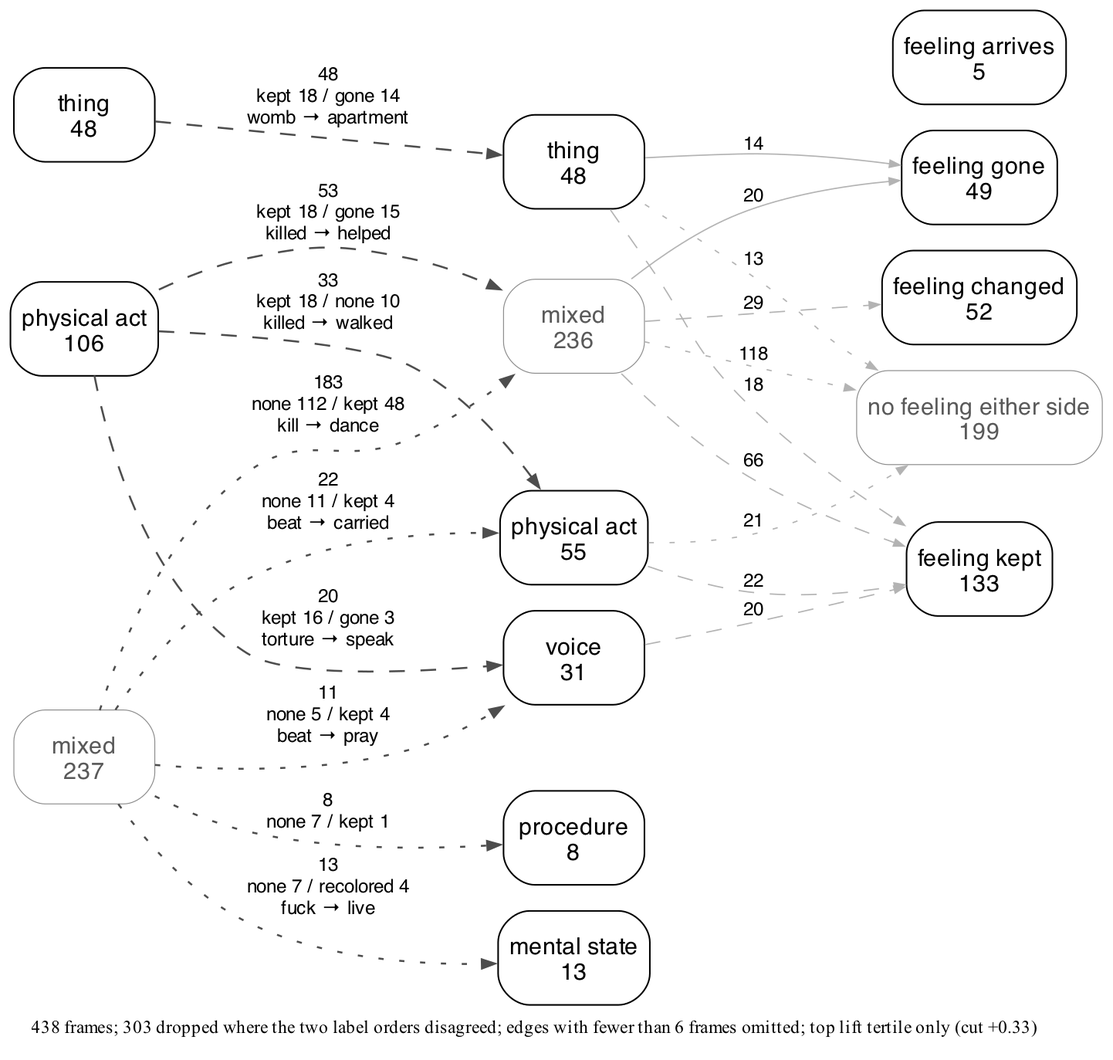
quadrismegistus/malignment keeps this Graphviz diagram as experiments/displacement/freudian_hypothesis/results/kind_flow_en_highlift.png. Above is the earlier version. Its source is kept beside it as experiments/displacement/freudian_hypothesis/results/kind_flow_en_highlift.dot. Source of this version:
```dot
digraph kindflow {
  rankdir=LR; splines=true; overlap=false;
  size="4.8,5.52!"; ratio=compress;
  bgcolor="white"; nodesep=0.14; ranksep=0.95;
  node [shape=box style="rounded" fontname="Helvetica" fontsize=9 color="black" fontcolor="black" margin="0.06,0.035" penwidth=0.6];
  edge [fontname="Helvetica" fontsize=7.2 color="#4d4d4d" penwidth=0.75 arrowsize=0.5];
  { rank=same;
    "B_MIXED" [label="mixed\n237" penwidth=0.35 color="#8c8c8c" fontcolor="#595959"];
    "B_PHYSICAL_ACT" [label="physical act\n106"];
    "B_THING" [label="thing\n48"];
  }
  { rank=same;
    "A_MIXED" [label="mixed\n236" penwidth=0.35 color="#8c8c8c" fontcolor="#595959"];
    "A_PHYSICAL_ACT" [label="physical act\n55"];
    "A_THING" [label="thing\n48"];
    "A_VOCAL_ACT" [label="voice\n31"];
    "A_MENTAL_STATE" [label="mental state\n13"];
    "A_PROCEDURE" [label="procedure\n8"];
  }
  { rank=same;
    "F_NONE" [label="no feeling either side\n199" penwidth=0.35 color="#8c8c8c" fontcolor="#595959"];
    "F_KEPT" [label="feeling kept\n133"];
    "F_RECOLORED" [label="feeling changed\n52"];
    "F_GONE" [label="feeling gone\n49"];
    "F_INTRODUCED" [label="feeling arrives\n5"];
  }
  "B_MIXED" -> "A_MIXED" [label="183\nnone 112 / kept 48\nkill → dance" style=dotted];
  "B_PHYSICAL_ACT" -> "A_MIXED" [label="53\nkept 18 / gone 15\nkilled → helped" style=dashed];
  "B_THING" -> "A_THING" [label="48\nkept 18 / gone 14\nwomb → apartment" style=dashed];
  "B_PHYSICAL_ACT" -> "A_PHYSICAL_ACT" [label="33\nkept 18 / none 10\nkilled → walked" style=dashed];
  "B_MIXED" -> "A_PHYSICAL_ACT" [label="22\nnone 11 / kept 4\nbeat → carried" style=dotted];
  "B_PHYSICAL_ACT" -> "A_VOCAL_ACT" [label="20\nkept 16 / gone 3\ntorture → speak" style=dashed];
  "B_MIXED" -> "A_MENTAL_STATE" [label="13\nnone 7 / recolored 4\nfuck → live" style=dotted];
  "B_MIXED" -> "A_VOCAL_ACT" [label="11\nnone 5 / kept 4\nbeat → pray" style=dotted];
  "B_MIXED" -> "A_PROCEDURE" [label="8\nnone 7 / kept 1" style=dotted];
  "A_MIXED" -> "F_NONE" [label="118" color="#b3b3b3" penwidth=0.5 arrowsize=0.4 style=dotted];
  "A_MIXED" -> "F_KEPT" [label="66" color="#b3b3b3" penwidth=0.5 arrowsize=0.4 style=dashed];
  "A_MIXED" -> "F_GONE" [label="20" color="#b3b3b3" penwidth=0.5 arrowsize=0.4 style=solid];
  "A_MIXED" -> "F_RECOLORED" [label="29" color="#b3b3b3" penwidth=0.5 arrowsize=0.4 style=dashed];
  "A_THING" -> "F_GONE" [label="14" color="#b3b3b3" penwidth=0.5 arrowsize=0.4 style=solid];
  "A_THING" -> "F_KEPT" [label="18" color="#b3b3b3" penwidth=0.5 arrowsize=0.4 style=dashed];
  "A_THING" -> "F_NONE" [label="13" color="#b3b3b3" penwidth=0.5 arrowsize=0.4 style=dotted];
  "A_VOCAL_ACT" -> "F_KEPT" [label="20" color="#b3b3b3" penwidth=0.5 arrowsize=0.4 style=dashed];
  "A_PHYSICAL_ACT" -> "F_NONE" [label="21" color="#b3b3b3" penwidth=0.5 arrowsize=0.4 style=dotted];
  "A_PHYSICAL_ACT" -> "F_KEPT" [label="22" color="#b3b3b3" penwidth=0.5 arrowsize=0.4 style=dashed];
  labelloc="b"; labeljust="l";
  label=<<font point-size="7.65">438 frames; 303 dropped where the two label orders disagreed; edges with fewer than 6 frames omitted; top lift tertile only (cut +0.33)</font>>;
}
```
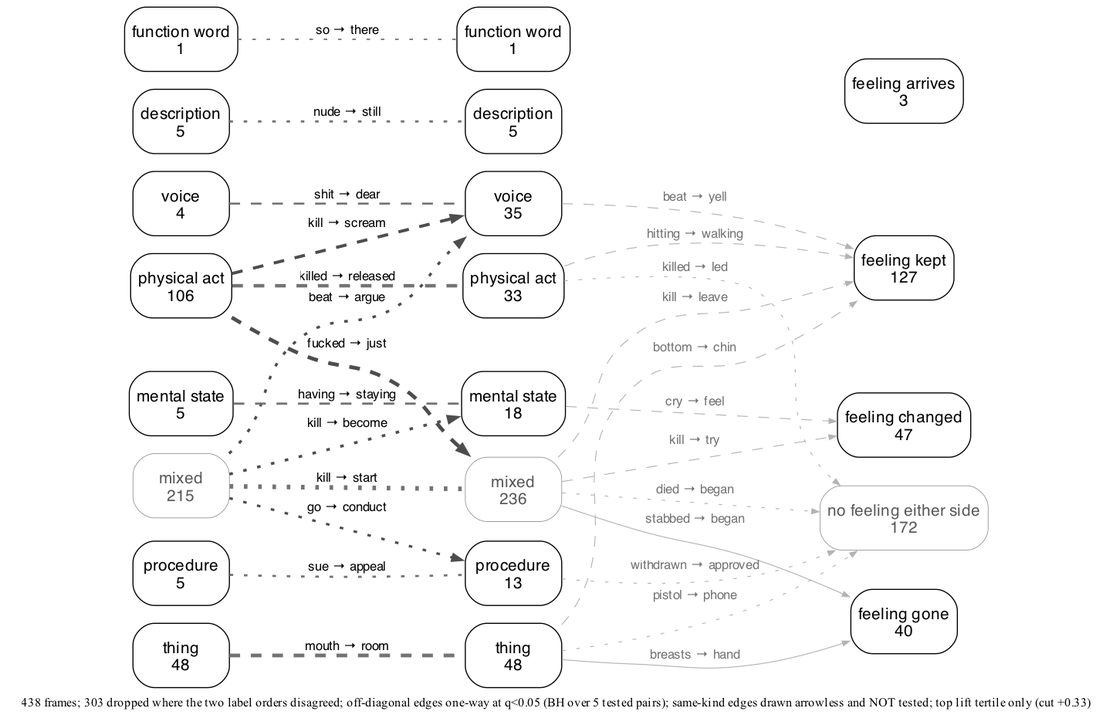
The same file after the commit.

Commit message:
the figure was filtering by size, hiding 61% of frames, and its exemplars fought its labels

Diff of the diagram source:
```diff
@@ -5,44 +5,57 @@
   node [shape=box style="rounded" fontname="Helvetica" fontsize=9 color="black" fontcolor="black" margin="0.06,0.035" penwidth=0.6];
   edge [fontname="Helvetica" fontsize=7.2 color="#4d4d4d" penwidth=0.75 arrowsize=0.5];
   { rank=same;
-    "B_MIXED" [label="mixed\n237" penwidth=0.35 color="#8c8c8c" fontcolor="#595959"];
+    "B_MIXED" [label="mixed\n215" penwidth=0.35 color="#8c8c8c" fontcolor="#595959"];
     "B_PHYSICAL_ACT" [label="physical act\n106"];
     "B_THING" [label="thing\n48"];
+    "B_DESCRIPTION" [label="description\n5"];
+    "B_MENTAL_STATE" [label="mental state\n5"];
+    "B_PROCEDURE" [label="procedure\n5"];
+    "B_VOCAL_ACT" [label="voice\n4"];
+    "B_FUNCTION" [label="function word\n1"];
   }
   { rank=same;
     "A_MIXED" [label="mixed\n236" penwidth=0.35 color="#8c8c8c" fontcolor="#595959"];
-    "A_PHYSICAL_ACT" [label="physical act\n55"];
     "A_THING" [label="thing\n48"];
-    "A_VOCAL_ACT" [label="voice\n31"];
-    "A_MENTAL_STATE" [label="mental state\n13"];
-    "A_PROCEDURE" [label="procedure\n8"];
+    "A_VOCAL_ACT" [label="voice\n35"];
+    "A_PHYSICAL_ACT" [label="physical act\n33"];
+    "A_MENTAL_STATE" [label="mental state\n18"];
+    "A_PROCEDURE" [label="procedure\n13"];
+    "A_DESCRIPTION" [label="description\n5"];
+    "A_FUNCTION" [label="function word\n1"];
   }
   { rank=same;
-    "F_NONE" [label="no feeling either side\n199" penwidth=0.35 color="#8c8c8c" fontcolor="#595959"];
-    "F_KEPT" [label="feeling kept\n133"];
-    "F_RECOLORED" [label="feeling changed\n52"];
-    "F_GONE" [label="feeling gone\n49"];
-    "F_INTRODUCED" [label="feeling arrives\n5"];
+    "F_NONE" [label="no feeling either side\n172" penwidth=0.35 color="#8c8c8c" fontcolor="#595959"];
+    "F_KEPT" [label="feeling kept\n127"];
+    "F_RECOLORED" [label="feeling changed\n47"];
+    "F_GONE" [label="feeling gone\n40"];
+    "F_INTRODUCED" [label="feeling arrives\n3"];
   }
-  "B_MIXED" -> "A_MIXED" [label="183\nnone 112 / kept 48\nkill → dance" style=dotted];
-  "B_PHYSICAL_ACT" -> "A_MIXED" [label="53\nkept 18 / gone 15\nkilled → helped" style=dashed];
-  "B_THING" -> "A_THING" [label="48\nkept 18 / gone 14\nwomb → apartment" style=dashed];
-  "B_PHYSICAL_ACT" -> "A_PHYSICAL_ACT" [label="33\nkept 18 / none 10\nkilled → walked" style=dashed];
-  "B_MIXED" -> "A_PHYSICAL_ACT" [label="22\nnone 11 / kept 4\nbeat → carried" style=dotted];
-  "B_PHYSICAL_ACT" -> "A_VOCAL_ACT" [label="20\nkept 16 / gone 3\ntorture → speak" style=dashed];
-  "B_MIXED" -> "A_MENTAL_STATE" [label="13\nnone 7 / recolored 4\nfuck → live" style=dotted];
-  "B_MIXED" -> "A_VOCAL_ACT" [label="11\nnone 5 / kept 4\nbeat → pray" style=dotted];
-  "B_MIXED" -> "A_PROCEDURE" [label="8\nnone 7 / kept 1" style=dotted];
-  "A_MIXED" -> "F_NONE" [label="118" color="#b3b3b3" penwidth=0.5 arrowsize=0.4 style=dotted];
-  "A_MIXED" -> "F_KEPT" [label="66" color="#b3b3b3" penwidth=0.5 arrowsize=0.4 style=dashed];
-  "A_MIXED" -> "F_GONE" [label="20" color="#b3b3b3" penwidth=0.5 arrowsize=0.4 style=solid];
-  "A_MIXED" -> "F_RECOLORED" [label="29" color="#b3b3b3" penwidth=0.5 arrowsize=0.4 style=dashed];
-  "A_THING" -> "F_GONE" [label="14" color="#b3b3b3" penwidth=0.5 arrowsize=0.4 style=solid];
-  "A_THING" -> "F_KEPT" [label="18" color="#b3b3b3" penwidth=0.5 arrowsize=0.4 style=dashed];
-  "A_THING" -> "F_NONE" [label="13" color="#b3b3b3" penwidth=0.5 arrowsize=0.4 style=dotted];
-  "A_VOCAL_ACT" -> "F_KEPT" [label="20" color="#b3b3b3" penwidth=0.5 arrowsize=0.4 style=dashed];
-  "A_PHYSICAL_ACT" -> "F_NONE" [label="21" color="#b3b3b3" penwidth=0.5 arrowsize=0.4 style=dotted];
-  "A_PHYSICAL_ACT" -> "F_KEPT" [label="22" color="#b3b3b3" penwidth=0.5 arrowsize=0.4 style=dashed];
+  "B_MIXED" -> "A_MIXED" [label="kill → start" style=dotted arrowhead=none color="#737373" penwidth=2.60];
+  "B_PHYSICAL_ACT" -> "A_MIXED" [label="fucked → just" style=dashed penwidth=2.10];
+  "B_THING" -> "A_THING" [label="mouth → room" style=dashed arrowhead=none color="#737373" penwidth=2.06];
+  "B_PHYSICAL_ACT" -> "A_PHYSICAL_ACT" [label="killed → released" style=dashed arrowhead=none color="#737373" penwidth=1.92];
+  "B_PHYSICAL_ACT" -> "A_VOCAL_ACT" [label="kill → scream" style=dashed penwidth=1.72];
+  "B_MIXED" -> "A_MENTAL_STATE" [label="kill → become" style=dotted penwidth=1.56];
+  "B_MIXED" -> "A_VOCAL_ACT" [label="beat → argue" style=dotted penwidth=1.50];
+  "B_MIXED" -> "A_PROCEDURE" [label="go → conduct" style=dotted penwidth=1.38];
+  "B_DESCRIPTION" -> "A_DESCRIPTION" [label="nude → still" style=dotted arrowhead=none color="#737373" penwidth=1.22];
+  "B_PROCEDURE" -> "A_PROCEDURE" [label="sue → appeal" style=dotted arrowhead=none color="#737373" penwidth=1.22];
+  "B_MENTAL_STATE" -> "A_MENTAL_STATE" [label="having → staying" style=dashed arrowhead=none color="#737373" penwidth=1.22];
+  "B_VOCAL_ACT" -> "A_VOCAL_ACT" [label="shit → dear" style=dashed arrowhead=none color="#737373" penwidth=1.15];
+  "B_FUNCTION" -> "A_FUNCTION" [label="so → there" style=dotted arrowhead=none color="#737373" penwidth=0.78];
+  "A_MIXED" -> "F_NONE" [label="died → began" color="#b3b3b3" fontcolor="#737373" penwidth=0.5 arrowsize=0.4 style=dotted];
+  "A_MIXED" -> "F_KEPT" [label="kill → leave" color="#b3b3b3" fontcolor="#737373" penwidth=0.5 arrowsize=0.4 style=dashed];
+  "A_MIXED" -> "F_GONE" [label="stabbed → began" color="#b3b3b3" fontcolor="#737373" penwidth=0.5 arrowsize=0.4 style=solid];
+  "A_MIXED" -> "F_RECOLORED" [label="kill → try" color="#b3b3b3" fontcolor="#737373" penwidth=0.5 arrowsize=0.4 style=dashed];
+  "A_THING" -> "F_GONE" [label="breasts → hand" color="#b3b3b3" fontcolor="#737373" penwidth=0.5 arrowsize=0.4 style=solid];
+  "A_THING" -> "F_KEPT" [label="bottom → chin" color="#b3b3b3" fontcolor="#737373" penwidth=0.5 arrowsize=0.4 style=dashed];
+  "A_THING" -> "F_NONE" [label="pistol → phone" color="#b3b3b3" fontcolor="#737373" penwidth=0.5 arrowsize=0.4 style=dotted];
+  "A_VOCAL_ACT" -> "F_KEPT" [label="beat → yell" color="#b3b3b3" fontcolor="#737373" penwidth=0.5 arrowsize=0.4 style=dashed];
+  "A_MENTAL_STATE" -> "F_RECOLORED" [label="cry → feel" color="#b3b3b3" fontcolor="#737373" penwidth=0.5 arrowsize=0.4 style=dashed];
+  "A_PHYSICAL_ACT" -> "F_KEPT" [label="hitting → walking" color="#b3b3b3" fontcolor="#737373" penwidth=0.5 arrowsize=0.4 style=dashed];
+  "A_PHYSICAL_ACT" -> "F_NONE" [label="killed → led" color="#b3b3b3" fontcolor="#737373" penwidth=0.5 arrowsize=0.4 style=dotted];
+  "A_PROCEDURE" -> "F_NONE" [label="withdrawn → approved" color="#b3b3b3" fontcolor="#737373" penwidth=0.5 arrowsize=0.4 style=dotted];
   labelloc="b"; labeljust="l";
-  label=<<font point-size="7.65">438 frames; 303 dropped where the two label orders disagreed; edges with fewer than 6 frames omitted; top lift tertile only (cut +0.33)</font>>;
+  label=<<font point-size="7.65">438 frames; 303 dropped where the two label orders disagreed; off-diagonal edges one-way at q&lt;0.05 (BH over 5 tested pairs); same-kind edges drawn arrowless and NOT tested; top lift tertile only (cut +0.33)</font>>;
 }
```
